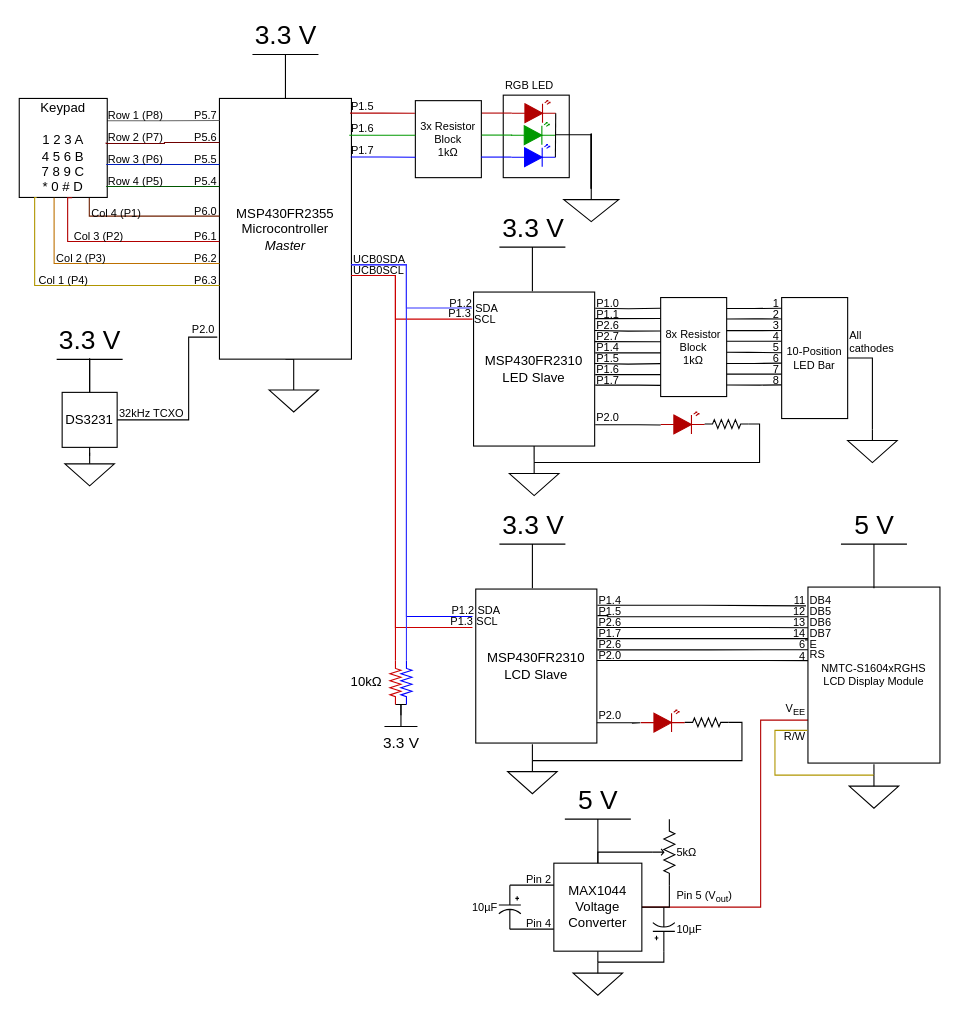
This is docs/assets/CircuitDiagram05-gabby-iker.drawio from msu-eele-465/project5-gabby-iker, a draw.io file, before an edit. Source tidied: cells renumbered, new cells numbered last; positions are measured from the earlier drawing's top-left corner, leaving out a move shared by most shapes. Both pictures are drawn from the tidied source at 110%, with x=0, y=0 at pixel (19, 54).
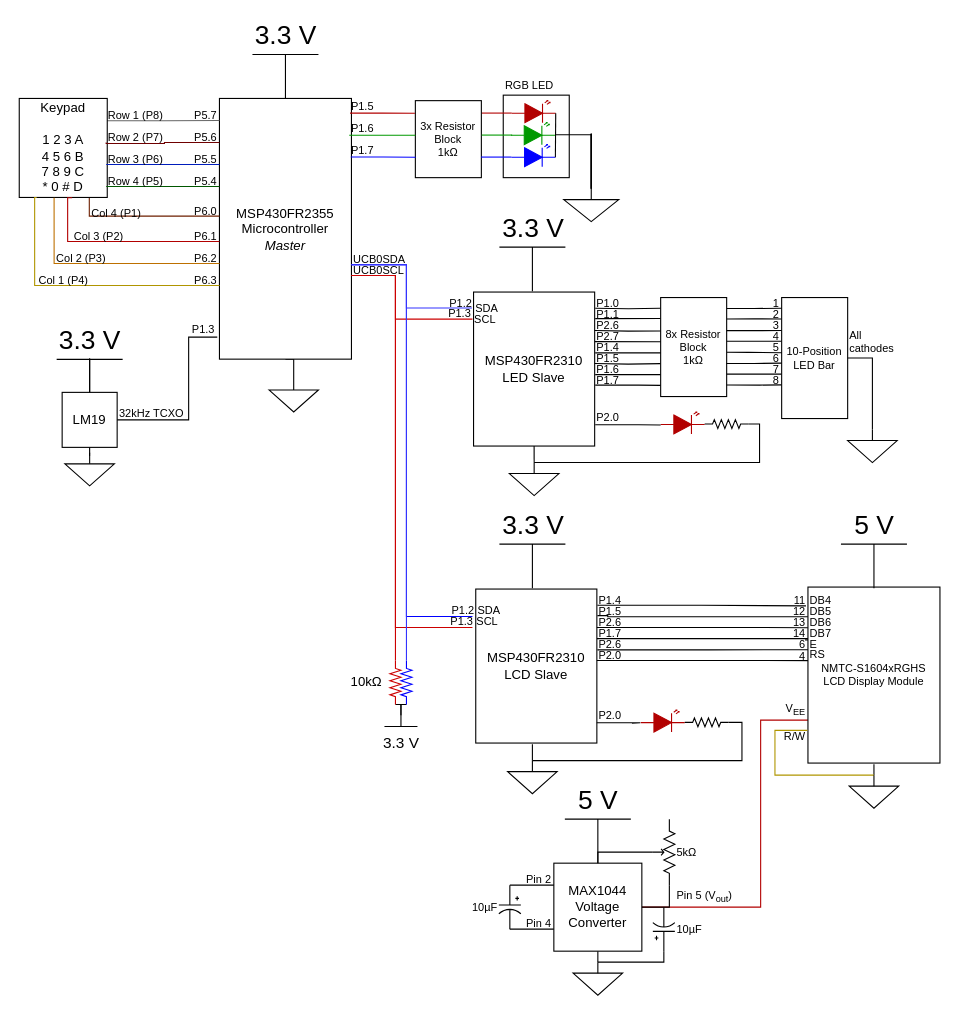
The same diagram, later.

The change refers to these unchanged cells:
```xml
<mxCell id="183" style="group;" parent="1" vertex="1">
  <mxGeometry x="34" y="276.2" width="60" height="116" as="geometry" />
</mxCell>
```

Diff of the diagram source:
```diff
@@
-    <mxCell id="184" value="DS3231" style="rounded=0;whiteSpace=wrap;html=1;" parent="183" vertex="1">
+    <mxCell id="184" value="LM19" style="rounded=0;whiteSpace=wrap;html=1;" parent="183" vertex="1">
       <mxGeometry x="5" y="31" width="50" height="50" as="geometry" />
     </mxCell>
@@
-    <mxCell id="190" value="P2.0" style="text;html=1;strokeColor=none;fillColor=none;align=right;verticalAlign=middle;whiteSpace=wrap;rounded=0;fontSize=10;" parent="1" vertex="1">
+    <mxCell id="190" value="P1.3" style="text;html=1;strokeColor=none;fillColor=none;align=right;verticalAlign=middle;whiteSpace=wrap;rounded=0;fontSize=10;" parent="1" vertex="1">
       <mxGeometry x="149.9" y="245" width="30.1" height="10" as="geometry" />
     </mxCell>
```
